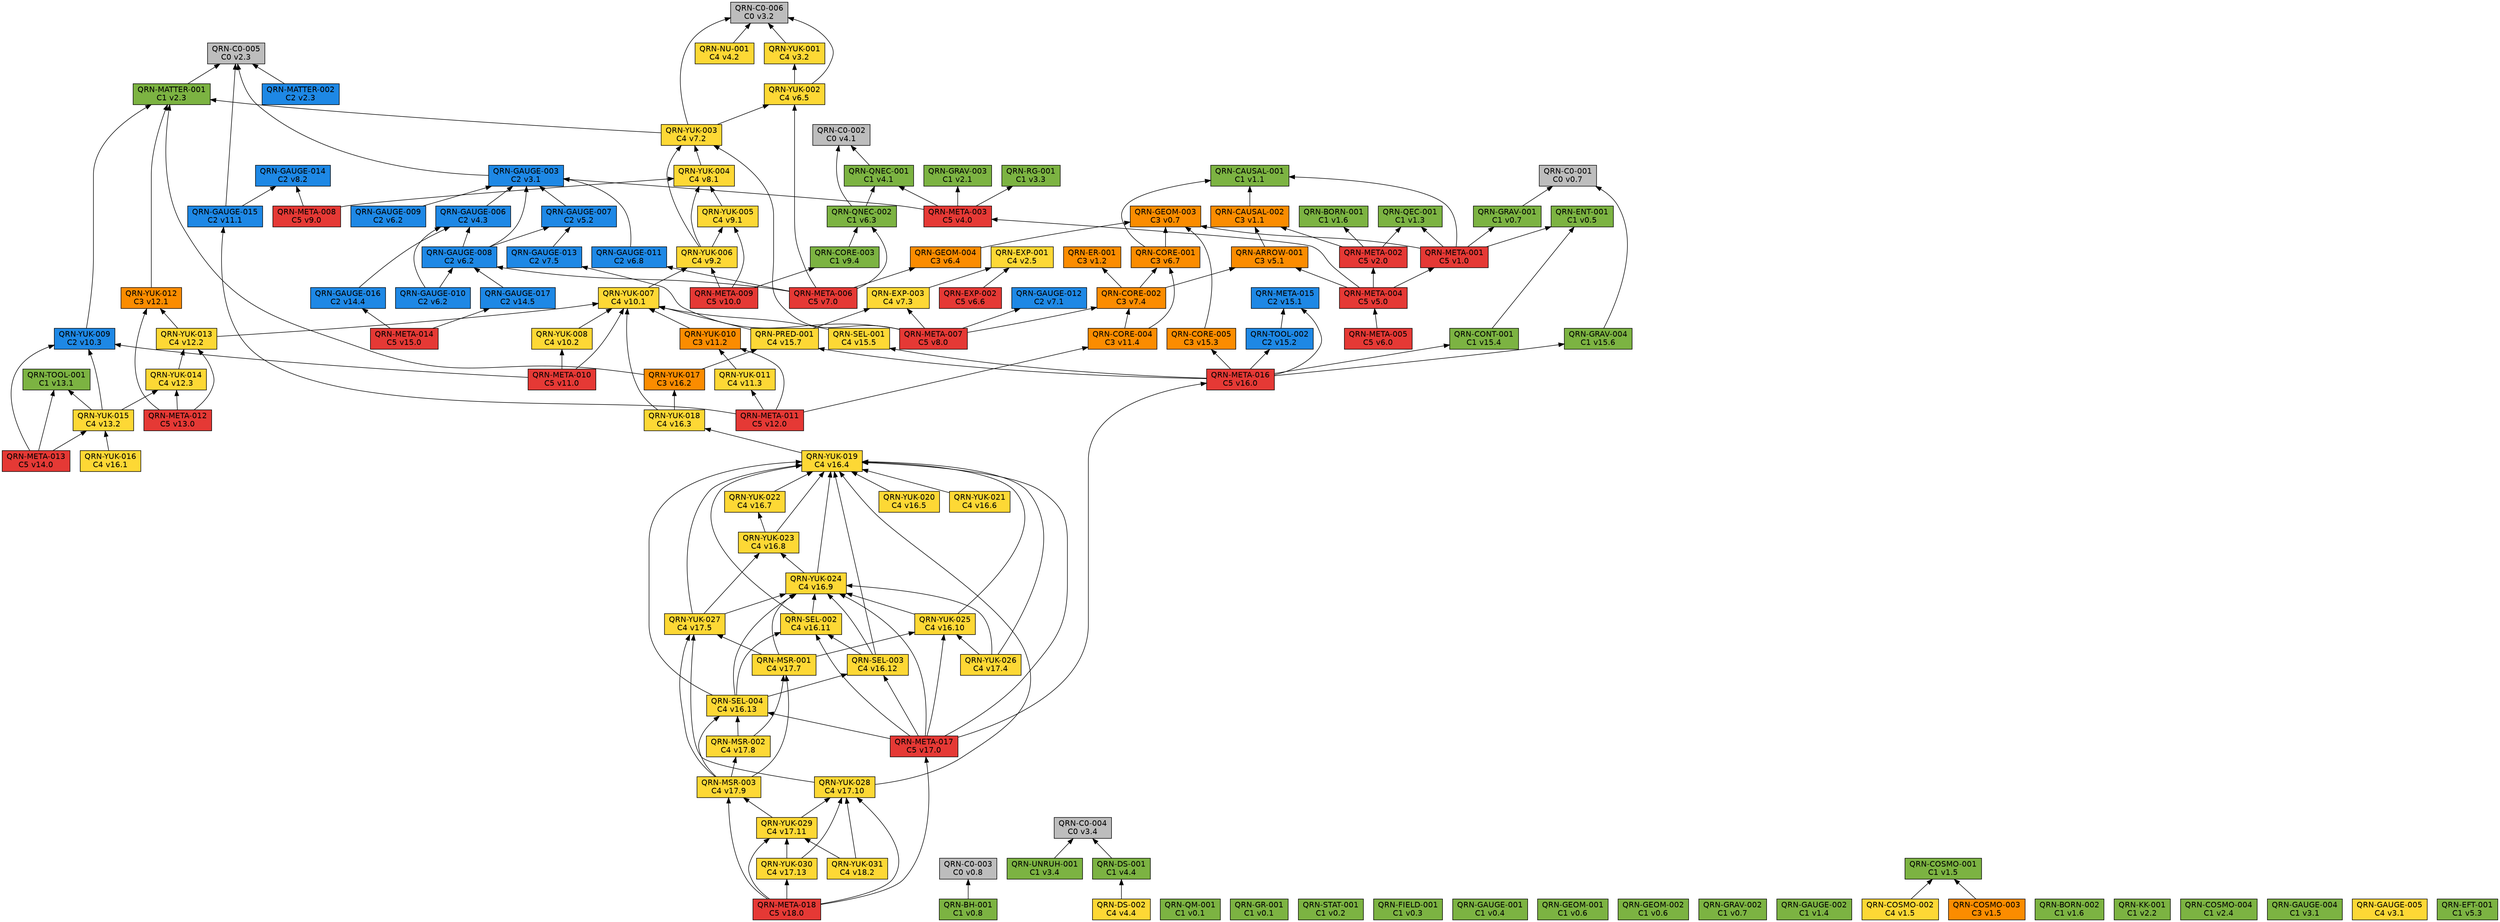
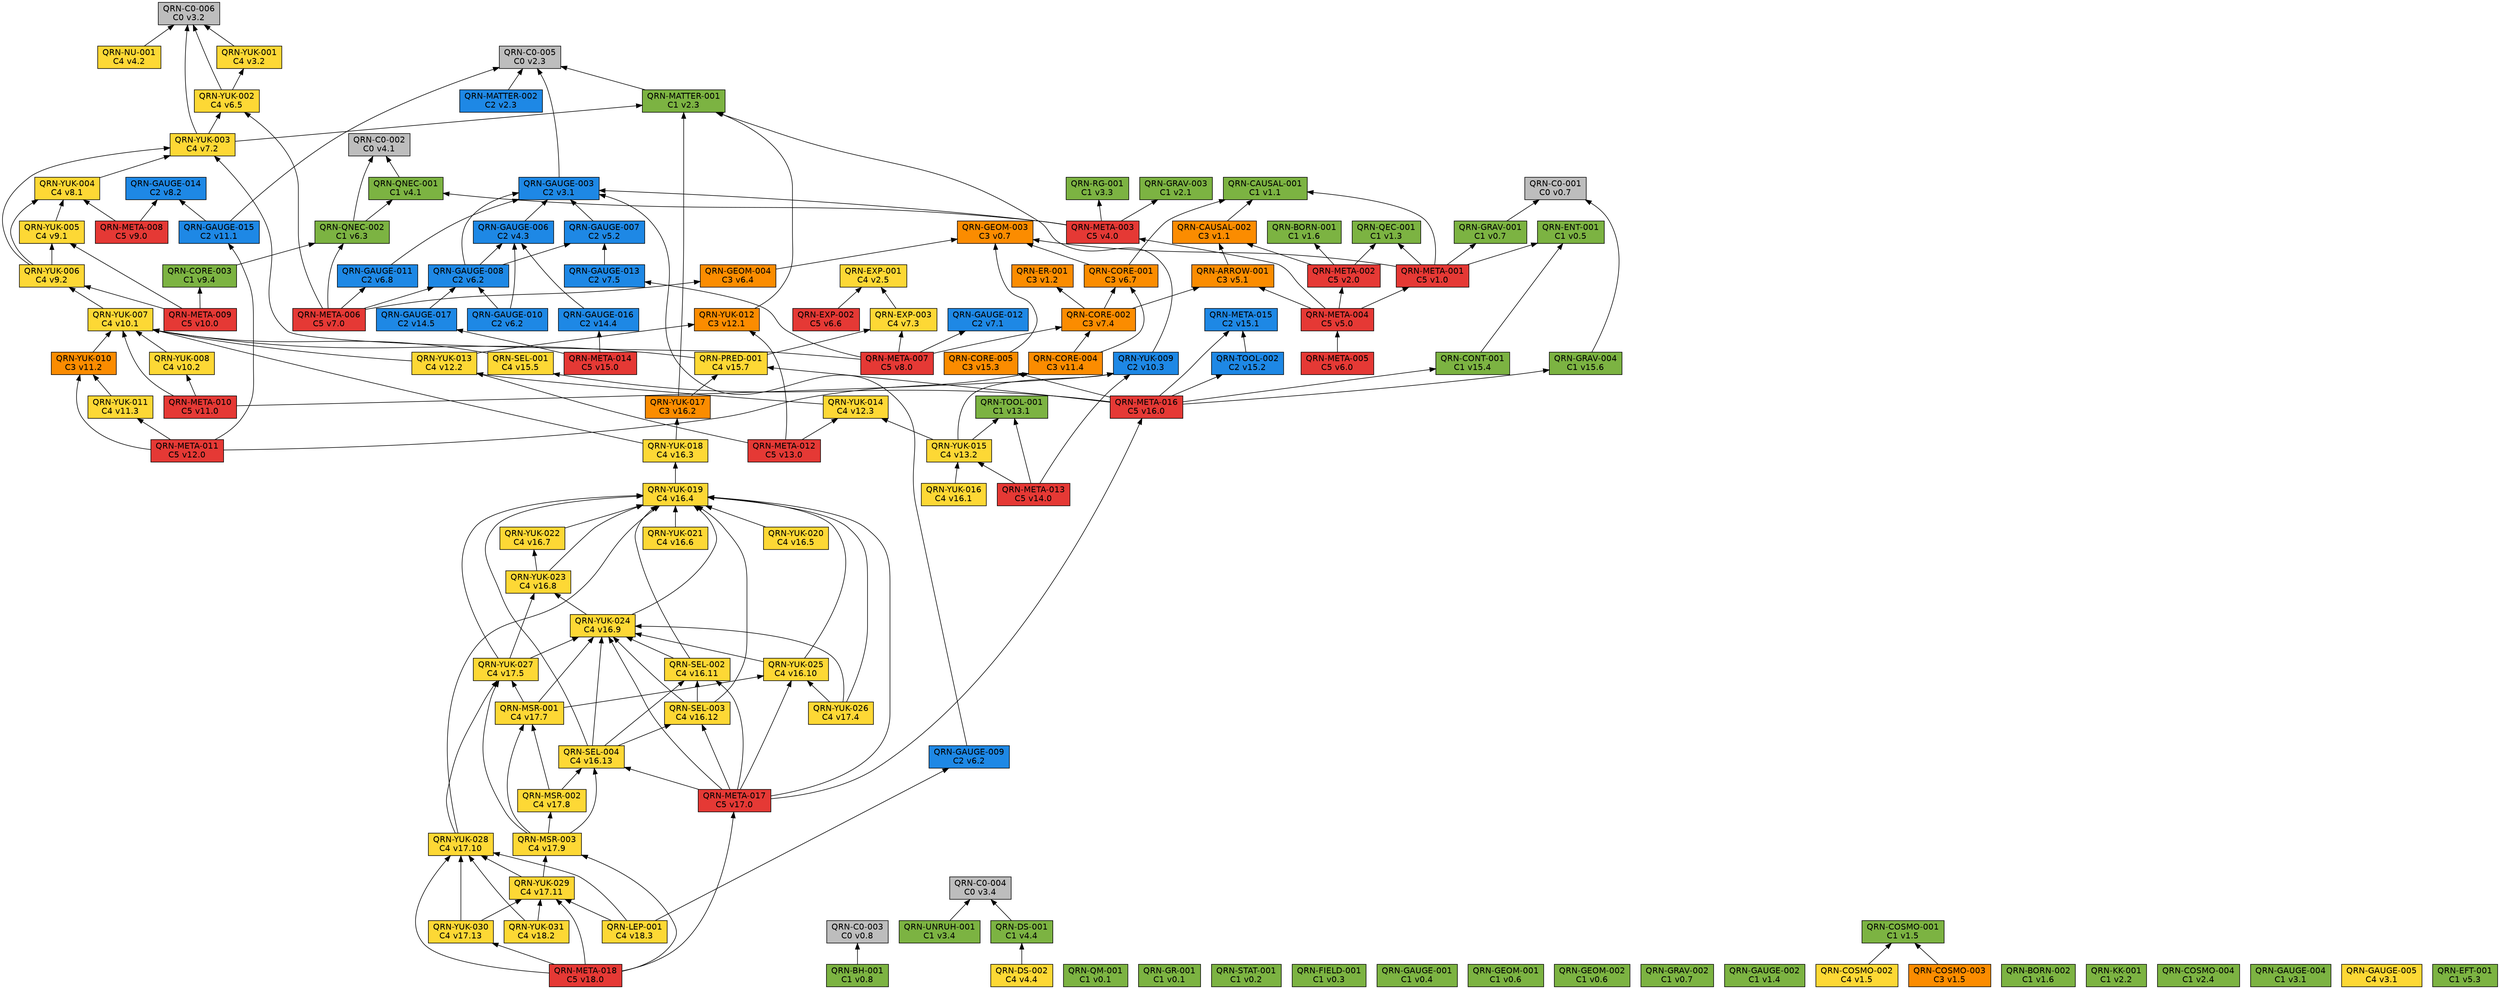
// 自動生成 (dag/report.pl) — QRN 主張依存グラフ
digraph qrn {
  rankdir=BT;
  node [shape=box, style=filled, fontname="Helvetica"];
  "QRN-C0-001" [fillcolor="#bdbdbd", label="QRN-C0-001\nC0 v0.7"];
  "QRN-C0-002" [fillcolor="#bdbdbd", label="QRN-C0-002\nC0 v4.1"];
  "QRN-C0-003" [fillcolor="#bdbdbd", label="QRN-C0-003\nC0 v0.8"];
  "QRN-C0-004" [fillcolor="#bdbdbd", label="QRN-C0-004\nC0 v3.4"];
  "QRN-C0-005" [fillcolor="#bdbdbd", label="QRN-C0-005\nC0 v2.3"];
  "QRN-C0-006" [fillcolor="#bdbdbd", label="QRN-C0-006\nC0 v3.2"];
  "QRN-QM-001" [fillcolor="#7cb342", label="QRN-QM-001\nC1 v0.1"];
  "QRN-GR-001" [fillcolor="#7cb342", label="QRN-GR-001\nC1 v0.1"];
  "QRN-STAT-001" [fillcolor="#7cb342", label="QRN-STAT-001\nC1 v0.2"];
  "QRN-FIELD-001" [fillcolor="#7cb342", label="QRN-FIELD-001\nC1 v0.3"];
  "QRN-GAUGE-001" [fillcolor="#7cb342", label="QRN-GAUGE-001\nC1 v0.4"];
  "QRN-ENT-001" [fillcolor="#7cb342", label="QRN-ENT-001\nC1 v0.5"];
  "QRN-GEOM-001" [fillcolor="#7cb342", label="QRN-GEOM-001\nC1 v0.6"];
  "QRN-GEOM-002" [fillcolor="#7cb342", label="QRN-GEOM-002\nC1 v0.6"];
  "QRN-GEOM-003" [fillcolor="#fb8c00", label="QRN-GEOM-003\nC3 v0.7"];
  "QRN-GRAV-001" [fillcolor="#7cb342", label="QRN-GRAV-001\nC1 v0.7"];
  "QRN-GRAV-002" [fillcolor="#7cb342", label="QRN-GRAV-002\nC1 v0.7"];
  "QRN-BH-001" [fillcolor="#7cb342", label="QRN-BH-001\nC1 v0.8"];
  "QRN-CAUSAL-001" [fillcolor="#7cb342", label="QRN-CAUSAL-001\nC1 v1.1"];
  "QRN-CAUSAL-002" [fillcolor="#fb8c00", label="QRN-CAUSAL-002\nC3 v1.1"];
  "QRN-ER-001" [fillcolor="#fb8c00", label="QRN-ER-001\nC3 v1.2"];
  "QRN-QEC-001" [fillcolor="#7cb342", label="QRN-QEC-001\nC1 v1.3"];
  "QRN-GAUGE-002" [fillcolor="#7cb342", label="QRN-GAUGE-002\nC1 v1.4"];
  "QRN-COSMO-001" [fillcolor="#7cb342", label="QRN-COSMO-001\nC1 v1.5"];
  "QRN-COSMO-002" [fillcolor="#fdd835", label="QRN-COSMO-002\nC4 v1.5"];
  "QRN-COSMO-003" [fillcolor="#fb8c00", label="QRN-COSMO-003\nC3 v1.5"];
  "QRN-BORN-001" [fillcolor="#7cb342", label="QRN-BORN-001\nC1 v1.6"];
  "QRN-BORN-002" [fillcolor="#7cb342", label="QRN-BORN-002\nC1 v1.6"];
  "QRN-GRAV-003" [fillcolor="#7cb342", label="QRN-GRAV-003\nC1 v2.1"];
  "QRN-KK-001" [fillcolor="#7cb342", label="QRN-KK-001\nC1 v2.2"];
  "QRN-MATTER-001" [fillcolor="#7cb342", label="QRN-MATTER-001\nC1 v2.3"];
  "QRN-MATTER-002" [fillcolor="#1e88e5", label="QRN-MATTER-002\nC2 v2.3"];
  "QRN-COSMO-004" [fillcolor="#7cb342", label="QRN-COSMO-004\nC1 v2.4"];
  "QRN-EXP-001" [fillcolor="#fdd835", label="QRN-EXP-001\nC4 v2.5"];
  "QRN-GAUGE-003" [fillcolor="#1e88e5", label="QRN-GAUGE-003\nC2 v3.1"];
  "QRN-GAUGE-004" [fillcolor="#7cb342", label="QRN-GAUGE-004\nC1 v3.1"];
  "QRN-GAUGE-005" [fillcolor="#fdd835", label="QRN-GAUGE-005\nC4 v3.1"];
  "QRN-YUK-001" [fillcolor="#fdd835", label="QRN-YUK-001\nC4 v3.2"];
  "QRN-RG-001" [fillcolor="#7cb342", label="QRN-RG-001\nC1 v3.3"];
  "QRN-UNRUH-001" [fillcolor="#7cb342", label="QRN-UNRUH-001\nC1 v3.4"];
  "QRN-QNEC-001" [fillcolor="#7cb342", label="QRN-QNEC-001\nC1 v4.1"];
  "QRN-NU-001" [fillcolor="#fdd835", label="QRN-NU-001\nC4 v4.2"];
  "QRN-GAUGE-006" [fillcolor="#1e88e5", label="QRN-GAUGE-006\nC2 v4.3"];
  "QRN-DS-001" [fillcolor="#7cb342", label="QRN-DS-001\nC1 v4.4"];
  "QRN-DS-002" [fillcolor="#fdd835", label="QRN-DS-002\nC4 v4.4"];
  "QRN-ARROW-001" [fillcolor="#fb8c00", label="QRN-ARROW-001\nC3 v5.1"];
  "QRN-GAUGE-007" [fillcolor="#1e88e5", label="QRN-GAUGE-007\nC2 v5.2"];
  "QRN-EFT-001" [fillcolor="#7cb342", label="QRN-EFT-001\nC1 v5.3"];
  "QRN-GAUGE-008" [fillcolor="#1e88e5", label="QRN-GAUGE-008\nC2 v6.2"];
  "QRN-GAUGE-009" [fillcolor="#1e88e5", label="QRN-GAUGE-009\nC2 v6.2"];
  "QRN-GAUGE-010" [fillcolor="#1e88e5", label="QRN-GAUGE-010\nC2 v6.2"];
  "QRN-QNEC-002" [fillcolor="#7cb342", label="QRN-QNEC-002\nC1 v6.3"];
  "QRN-GEOM-004" [fillcolor="#fb8c00", label="QRN-GEOM-004\nC3 v6.4"];
  "QRN-YUK-002" [fillcolor="#fdd835", label="QRN-YUK-002\nC4 v6.5"];
  "QRN-EXP-002" [fillcolor="#e53935", label="QRN-EXP-002\nC5 v6.6"];
  "QRN-CORE-001" [fillcolor="#fb8c00", label="QRN-CORE-001\nC3 v6.7"];
  "QRN-GAUGE-011" [fillcolor="#1e88e5", label="QRN-GAUGE-011\nC2 v6.8"];
  "QRN-GAUGE-012" [fillcolor="#1e88e5", label="QRN-GAUGE-012\nC2 v7.1"];
  "QRN-YUK-003" [fillcolor="#fdd835", label="QRN-YUK-003\nC4 v7.2"];
  "QRN-EXP-003" [fillcolor="#fdd835", label="QRN-EXP-003\nC4 v7.3"];
  "QRN-CORE-002" [fillcolor="#fb8c00", label="QRN-CORE-002\nC3 v7.4"];
  "QRN-GAUGE-013" [fillcolor="#1e88e5", label="QRN-GAUGE-013\nC2 v7.5"];
  "QRN-YUK-004" [fillcolor="#fdd835", label="QRN-YUK-004\nC4 v8.1"];
  "QRN-GAUGE-014" [fillcolor="#1e88e5", label="QRN-GAUGE-014\nC2 v8.2"];
  "QRN-META-001" [fillcolor="#e53935", label="QRN-META-001\nC5 v1.0"];
  "QRN-META-002" [fillcolor="#e53935", label="QRN-META-002\nC5 v2.0"];
  "QRN-META-003" [fillcolor="#e53935", label="QRN-META-003\nC5 v4.0"];
  "QRN-META-004" [fillcolor="#e53935", label="QRN-META-004\nC5 v5.0"];
  "QRN-META-005" [fillcolor="#e53935", label="QRN-META-005\nC5 v6.0"];
  "QRN-META-006" [fillcolor="#e53935", label="QRN-META-006\nC5 v7.0"];
  "QRN-META-007" [fillcolor="#e53935", label="QRN-META-007\nC5 v8.0"];
  "QRN-META-008" [fillcolor="#e53935", label="QRN-META-008\nC5 v9.0"];
  "QRN-YUK-005" [fillcolor="#fdd835", label="QRN-YUK-005\nC4 v9.1"];
  "QRN-YUK-006" [fillcolor="#fdd835", label="QRN-YUK-006\nC4 v9.2"];
  "QRN-CORE-003" [fillcolor="#7cb342", label="QRN-CORE-003\nC1 v9.4"];
  "QRN-META-009" [fillcolor="#e53935", label="QRN-META-009\nC5 v10.0"];
  "QRN-YUK-007" [fillcolor="#fdd835", label="QRN-YUK-007\nC4 v10.1"];
  "QRN-YUK-008" [fillcolor="#fdd835", label="QRN-YUK-008\nC4 v10.2"];
  "QRN-YUK-009" [fillcolor="#1e88e5", label="QRN-YUK-009\nC2 v10.3"];
  "QRN-META-010" [fillcolor="#e53935", label="QRN-META-010\nC5 v11.0"];
  "QRN-GAUGE-015" [fillcolor="#1e88e5", label="QRN-GAUGE-015\nC2 v11.1"];
  "QRN-YUK-010" [fillcolor="#fb8c00", label="QRN-YUK-010\nC3 v11.2"];
  "QRN-YUK-011" [fillcolor="#fdd835", label="QRN-YUK-011\nC4 v11.3"];
  "QRN-CORE-004" [fillcolor="#fb8c00", label="QRN-CORE-004\nC3 v11.4"];
  "QRN-META-011" [fillcolor="#e53935", label="QRN-META-011\nC5 v12.0"];
  "QRN-YUK-012" [fillcolor="#fb8c00", label="QRN-YUK-012\nC3 v12.1"];
  "QRN-YUK-013" [fillcolor="#fdd835", label="QRN-YUK-013\nC4 v12.2"];
  "QRN-YUK-014" [fillcolor="#fdd835", label="QRN-YUK-014\nC4 v12.3"];
  "QRN-META-012" [fillcolor="#e53935", label="QRN-META-012\nC5 v13.0"];
  "QRN-TOOL-001" [fillcolor="#7cb342", label="QRN-TOOL-001\nC1 v13.1"];
  "QRN-YUK-015" [fillcolor="#fdd835", label="QRN-YUK-015\nC4 v13.2"];
  "QRN-META-013" [fillcolor="#e53935", label="QRN-META-013\nC5 v14.0"];
  "QRN-GAUGE-016" [fillcolor="#1e88e5", label="QRN-GAUGE-016\nC2 v14.4"];
  "QRN-GAUGE-017" [fillcolor="#1e88e5", label="QRN-GAUGE-017\nC2 v14.5"];
  "QRN-META-014" [fillcolor="#e53935", label="QRN-META-014\nC5 v15.0"];
  "QRN-META-015" [fillcolor="#1e88e5", label="QRN-META-015\nC2 v15.1"];
  "QRN-TOOL-002" [fillcolor="#1e88e5", label="QRN-TOOL-002\nC2 v15.2"];
  "QRN-CORE-005" [fillcolor="#fb8c00", label="QRN-CORE-005\nC3 v15.3"];
  "QRN-CONT-001" [fillcolor="#7cb342", label="QRN-CONT-001\nC1 v15.4"];
  "QRN-SEL-001" [fillcolor="#fdd835", label="QRN-SEL-001\nC4 v15.5"];
  "QRN-GRAV-004" [fillcolor="#7cb342", label="QRN-GRAV-004\nC1 v15.6"];
  "QRN-PRED-001" [fillcolor="#fdd835", label="QRN-PRED-001\nC4 v15.7"];
  "QRN-META-016" [fillcolor="#e53935", label="QRN-META-016\nC5 v16.0"];
  "QRN-YUK-016" [fillcolor="#fdd835", label="QRN-YUK-016\nC4 v16.1"];
  "QRN-YUK-017" [fillcolor="#fb8c00", label="QRN-YUK-017\nC3 v16.2"];
  "QRN-YUK-018" [fillcolor="#fdd835", label="QRN-YUK-018\nC4 v16.3"];
  "QRN-YUK-019" [fillcolor="#fdd835", label="QRN-YUK-019\nC4 v16.4"];
  "QRN-YUK-020" [fillcolor="#fdd835", label="QRN-YUK-020\nC4 v16.5"];
  "QRN-YUK-021" [fillcolor="#fdd835", label="QRN-YUK-021\nC4 v16.6"];
  "QRN-YUK-022" [fillcolor="#fdd835", label="QRN-YUK-022\nC4 v16.7"];
  "QRN-YUK-023" [fillcolor="#fdd835", label="QRN-YUK-023\nC4 v16.8"];
  "QRN-YUK-024" [fillcolor="#fdd835", label="QRN-YUK-024\nC4 v16.9"];
  "QRN-YUK-025" [fillcolor="#fdd835", label="QRN-YUK-025\nC4 v16.10"];
  "QRN-SEL-002" [fillcolor="#fdd835", label="QRN-SEL-002\nC4 v16.11"];
  "QRN-SEL-003" [fillcolor="#fdd835", label="QRN-SEL-003\nC4 v16.12"];
  "QRN-SEL-004" [fillcolor="#fdd835", label="QRN-SEL-004\nC4 v16.13"];
  "QRN-META-017" [fillcolor="#e53935", label="QRN-META-017\nC5 v17.0"];
  "QRN-YUK-026" [fillcolor="#fdd835", label="QRN-YUK-026\nC4 v17.4"];
  "QRN-YUK-027" [fillcolor="#fdd835", label="QRN-YUK-027\nC4 v17.5"];
  "QRN-MSR-001" [fillcolor="#fdd835", label="QRN-MSR-001\nC4 v17.7"];
  "QRN-MSR-002" [fillcolor="#fdd835", label="QRN-MSR-002\nC4 v17.8"];
  "QRN-MSR-003" [fillcolor="#fdd835", label="QRN-MSR-003\nC4 v17.9"];
  "QRN-YUK-028" [fillcolor="#fdd835", label="QRN-YUK-028\nC4 v17.10"];
  "QRN-YUK-029" [fillcolor="#fdd835", label="QRN-YUK-029\nC4 v17.11"];
  "QRN-YUK-030" [fillcolor="#fdd835", label="QRN-YUK-030\nC4 v17.13"];
  "QRN-META-018" [fillcolor="#e53935", label="QRN-META-018\nC5 v18.0"];
  "QRN-YUK-031" [fillcolor="#fdd835", label="QRN-YUK-031\nC4 v18.2"];
+   "QRN-LEP-001" [fillcolor="#fdd835", label="QRN-LEP-001\nC4 v18.3"];
  "QRN-GRAV-001" -> "QRN-C0-001";
  "QRN-BH-001" -> "QRN-C0-003";
  "QRN-CAUSAL-002" -> "QRN-CAUSAL-001";
  "QRN-COSMO-002" -> "QRN-COSMO-001";
  "QRN-COSMO-003" -> "QRN-COSMO-001";
  "QRN-MATTER-001" -> "QRN-C0-005";
  "QRN-MATTER-002" -> "QRN-C0-005";
  "QRN-GAUGE-003" -> "QRN-C0-005";
  "QRN-YUK-001" -> "QRN-C0-006";
  "QRN-UNRUH-001" -> "QRN-C0-004";
  "QRN-QNEC-001" -> "QRN-C0-002";
  "QRN-NU-001" -> "QRN-C0-006";
  "QRN-GAUGE-006" -> "QRN-GAUGE-003";
  "QRN-DS-001" -> "QRN-C0-004";
  "QRN-DS-002" -> "QRN-DS-001";
  "QRN-ARROW-001" -> "QRN-CAUSAL-002";
  "QRN-GAUGE-007" -> "QRN-GAUGE-003";
  "QRN-GAUGE-008" -> "QRN-GAUGE-003";
  "QRN-GAUGE-008" -> "QRN-GAUGE-006";
  "QRN-GAUGE-008" -> "QRN-GAUGE-007";
  "QRN-GAUGE-009" -> "QRN-GAUGE-003";
  "QRN-GAUGE-010" -> "QRN-GAUGE-006";
  "QRN-GAUGE-010" -> "QRN-GAUGE-008";
  "QRN-QNEC-002" -> "QRN-C0-002";
  "QRN-QNEC-002" -> "QRN-QNEC-001";
  "QRN-GEOM-004" -> "QRN-GEOM-003";
  "QRN-YUK-002" -> "QRN-C0-006";
  "QRN-YUK-002" -> "QRN-YUK-001";
  "QRN-EXP-002" -> "QRN-EXP-001";
  "QRN-CORE-001" -> "QRN-GEOM-003";
  "QRN-CORE-001" -> "QRN-CAUSAL-001";
  "QRN-GAUGE-011" -> "QRN-GAUGE-003";
  "QRN-YUK-003" -> "QRN-C0-006";
  "QRN-YUK-003" -> "QRN-MATTER-001";
  "QRN-YUK-003" -> "QRN-YUK-002";
  "QRN-EXP-003" -> "QRN-EXP-001";
  "QRN-CORE-002" -> "QRN-CORE-001";
  "QRN-CORE-002" -> "QRN-ER-001";
  "QRN-CORE-002" -> "QRN-ARROW-001";
  "QRN-GAUGE-013" -> "QRN-GAUGE-007";
  "QRN-YUK-004" -> "QRN-YUK-003";
  "QRN-META-001" -> "QRN-GEOM-003";
  "QRN-META-001" -> "QRN-GRAV-001";
  "QRN-META-001" -> "QRN-CAUSAL-001";
  "QRN-META-001" -> "QRN-QEC-001";
  "QRN-META-001" -> "QRN-ENT-001";
  "QRN-META-002" -> "QRN-QEC-001";
  "QRN-META-002" -> "QRN-BORN-001";
  "QRN-META-002" -> "QRN-CAUSAL-002";
  "QRN-META-003" -> "QRN-GAUGE-003";
  "QRN-META-003" -> "QRN-RG-001";
  "QRN-META-003" -> "QRN-QNEC-001";
  "QRN-META-003" -> "QRN-GRAV-003";
  "QRN-META-004" -> "QRN-META-001";
  "QRN-META-004" -> "QRN-META-002";
  "QRN-META-004" -> "QRN-META-003";
  "QRN-META-004" -> "QRN-ARROW-001";
  "QRN-META-005" -> "QRN-META-004";
  "QRN-META-006" -> "QRN-GAUGE-008";
  "QRN-META-006" -> "QRN-QNEC-002";
  "QRN-META-006" -> "QRN-GEOM-004";
  "QRN-META-006" -> "QRN-YUK-002";
  "QRN-META-006" -> "QRN-GAUGE-011";
  "QRN-META-007" -> "QRN-GAUGE-012";
  "QRN-META-007" -> "QRN-YUK-003";
  "QRN-META-007" -> "QRN-EXP-003";
  "QRN-META-007" -> "QRN-CORE-002";
  "QRN-META-007" -> "QRN-GAUGE-013";
  "QRN-META-008" -> "QRN-YUK-004";
  "QRN-META-008" -> "QRN-GAUGE-014";
  "QRN-YUK-005" -> "QRN-YUK-004";
  "QRN-YUK-006" -> "QRN-YUK-003";
  "QRN-YUK-006" -> "QRN-YUK-004";
  "QRN-YUK-006" -> "QRN-YUK-005";
  "QRN-CORE-003" -> "QRN-QNEC-002";
  "QRN-META-009" -> "QRN-YUK-005";
  "QRN-META-009" -> "QRN-YUK-006";
  "QRN-META-009" -> "QRN-CORE-003";
  "QRN-YUK-007" -> "QRN-YUK-006";
  "QRN-YUK-008" -> "QRN-YUK-007";
  "QRN-YUK-009" -> "QRN-MATTER-001";
  "QRN-META-010" -> "QRN-YUK-007";
  "QRN-META-010" -> "QRN-YUK-008";
  "QRN-META-010" -> "QRN-YUK-009";
  "QRN-GAUGE-015" -> "QRN-C0-005";
  "QRN-GAUGE-015" -> "QRN-GAUGE-014";
  "QRN-YUK-010" -> "QRN-YUK-007";
  "QRN-YUK-011" -> "QRN-YUK-010";
  "QRN-CORE-004" -> "QRN-CORE-001";
  "QRN-CORE-004" -> "QRN-CORE-002";
  "QRN-META-011" -> "QRN-GAUGE-015";
  "QRN-META-011" -> "QRN-YUK-010";
  "QRN-META-011" -> "QRN-YUK-011";
  "QRN-META-011" -> "QRN-CORE-004";
  "QRN-YUK-012" -> "QRN-MATTER-001";
  "QRN-YUK-013" -> "QRN-YUK-012";
  "QRN-YUK-013" -> "QRN-YUK-007";
  "QRN-YUK-014" -> "QRN-YUK-013";
  "QRN-META-012" -> "QRN-YUK-012";
  "QRN-META-012" -> "QRN-YUK-013";
  "QRN-META-012" -> "QRN-YUK-014";
  "QRN-YUK-015" -> "QRN-YUK-014";
  "QRN-YUK-015" -> "QRN-TOOL-001";
  "QRN-YUK-015" -> "QRN-YUK-009";
  "QRN-META-013" -> "QRN-YUK-015";
  "QRN-META-013" -> "QRN-TOOL-001";
  "QRN-META-013" -> "QRN-YUK-009";
  "QRN-GAUGE-016" -> "QRN-GAUGE-006";
  "QRN-GAUGE-017" -> "QRN-GAUGE-008";
  "QRN-META-014" -> "QRN-GAUGE-016";
  "QRN-META-014" -> "QRN-GAUGE-017";
  "QRN-TOOL-002" -> "QRN-META-015";
  "QRN-CORE-005" -> "QRN-GEOM-003";
  "QRN-CONT-001" -> "QRN-ENT-001";
  "QRN-SEL-001" -> "QRN-YUK-007";
  "QRN-GRAV-004" -> "QRN-C0-001";
  "QRN-PRED-001" -> "QRN-YUK-007";
  "QRN-PRED-001" -> "QRN-EXP-003";
  "QRN-META-016" -> "QRN-META-015";
  "QRN-META-016" -> "QRN-TOOL-002";
  "QRN-META-016" -> "QRN-CORE-005";
  "QRN-META-016" -> "QRN-CONT-001";
  "QRN-META-016" -> "QRN-SEL-001";
  "QRN-META-016" -> "QRN-GRAV-004";
  "QRN-META-016" -> "QRN-PRED-001";
  "QRN-YUK-016" -> "QRN-YUK-015";
  "QRN-YUK-017" -> "QRN-MATTER-001";
  "QRN-YUK-017" -> "QRN-PRED-001";
  "QRN-YUK-018" -> "QRN-YUK-017";
  "QRN-YUK-018" -> "QRN-YUK-007";
  "QRN-YUK-019" -> "QRN-YUK-018";
  "QRN-YUK-020" -> "QRN-YUK-019";
  "QRN-YUK-021" -> "QRN-YUK-019";
  "QRN-YUK-022" -> "QRN-YUK-019";
  "QRN-YUK-023" -> "QRN-YUK-019";
  "QRN-YUK-023" -> "QRN-YUK-022";
  "QRN-YUK-024" -> "QRN-YUK-019";
  "QRN-YUK-024" -> "QRN-YUK-023";
  "QRN-YUK-025" -> "QRN-YUK-019";
  "QRN-YUK-025" -> "QRN-YUK-024";
  "QRN-SEL-002" -> "QRN-YUK-019";
  "QRN-SEL-002" -> "QRN-YUK-024";
  "QRN-SEL-003" -> "QRN-YUK-019";
  "QRN-SEL-003" -> "QRN-YUK-024";
  "QRN-SEL-003" -> "QRN-SEL-002";
  "QRN-SEL-004" -> "QRN-YUK-019";
  "QRN-SEL-004" -> "QRN-YUK-024";
  "QRN-SEL-004" -> "QRN-SEL-002";
  "QRN-SEL-004" -> "QRN-SEL-003";
  "QRN-META-017" -> "QRN-META-016";
  "QRN-META-017" -> "QRN-YUK-019";
  "QRN-META-017" -> "QRN-YUK-024";
  "QRN-META-017" -> "QRN-YUK-025";
  "QRN-META-017" -> "QRN-SEL-002";
  "QRN-META-017" -> "QRN-SEL-003";
  "QRN-META-017" -> "QRN-SEL-004";
  "QRN-YUK-026" -> "QRN-YUK-019";
  "QRN-YUK-026" -> "QRN-YUK-024";
  "QRN-YUK-026" -> "QRN-YUK-025";
  "QRN-YUK-027" -> "QRN-YUK-019";
  "QRN-YUK-027" -> "QRN-YUK-023";
  "QRN-YUK-027" -> "QRN-YUK-024";
  "QRN-MSR-001" -> "QRN-YUK-024";
  "QRN-MSR-001" -> "QRN-YUK-025";
  "QRN-MSR-001" -> "QRN-YUK-027";
  "QRN-MSR-002" -> "QRN-SEL-004";
  "QRN-MSR-002" -> "QRN-MSR-001";
  "QRN-MSR-003" -> "QRN-MSR-001";
  "QRN-MSR-003" -> "QRN-MSR-002";
  "QRN-MSR-003" -> "QRN-SEL-004";
  "QRN-MSR-003" -> "QRN-YUK-027";
  "QRN-YUK-028" -> "QRN-YUK-019";
  "QRN-YUK-028" -> "QRN-YUK-027";
  "QRN-YUK-029" -> "QRN-YUK-028";
  "QRN-YUK-029" -> "QRN-MSR-003";
  "QRN-YUK-030" -> "QRN-YUK-028";
  "QRN-YUK-030" -> "QRN-YUK-029";
  "QRN-META-018" -> "QRN-META-017";
  "QRN-META-018" -> "QRN-MSR-003";
  "QRN-META-018" -> "QRN-YUK-028";
  "QRN-META-018" -> "QRN-YUK-029";
  "QRN-META-018" -> "QRN-YUK-030";
  "QRN-YUK-031" -> "QRN-YUK-028";
  "QRN-YUK-031" -> "QRN-YUK-029";
+   "QRN-LEP-001" -> "QRN-YUK-028";
+   "QRN-LEP-001" -> "QRN-YUK-029";
+   "QRN-LEP-001" -> "QRN-GAUGE-009";
}
